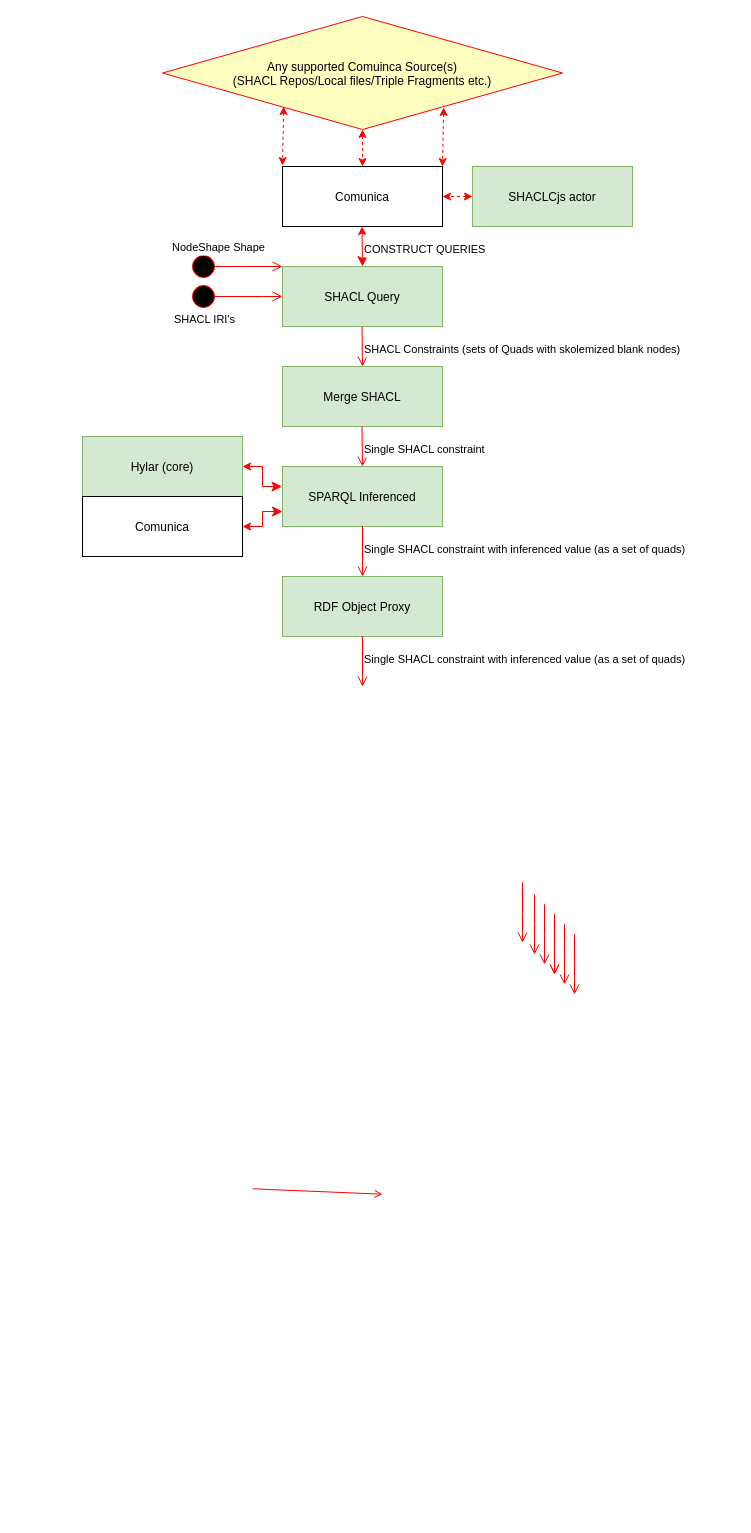
The draw.io diagram img/schimatos-package-structure.drawio in jeswr/schimatos-project, before the edit. Source tidied: cells renumbered, new cells numbered last; positions are measured from the earlier drawing's top-left corner, leaving out a move shared by most shapes. Both pictures are drawn from the tidied source at 100%, with x=0, y=0 at pixel (82, 16).
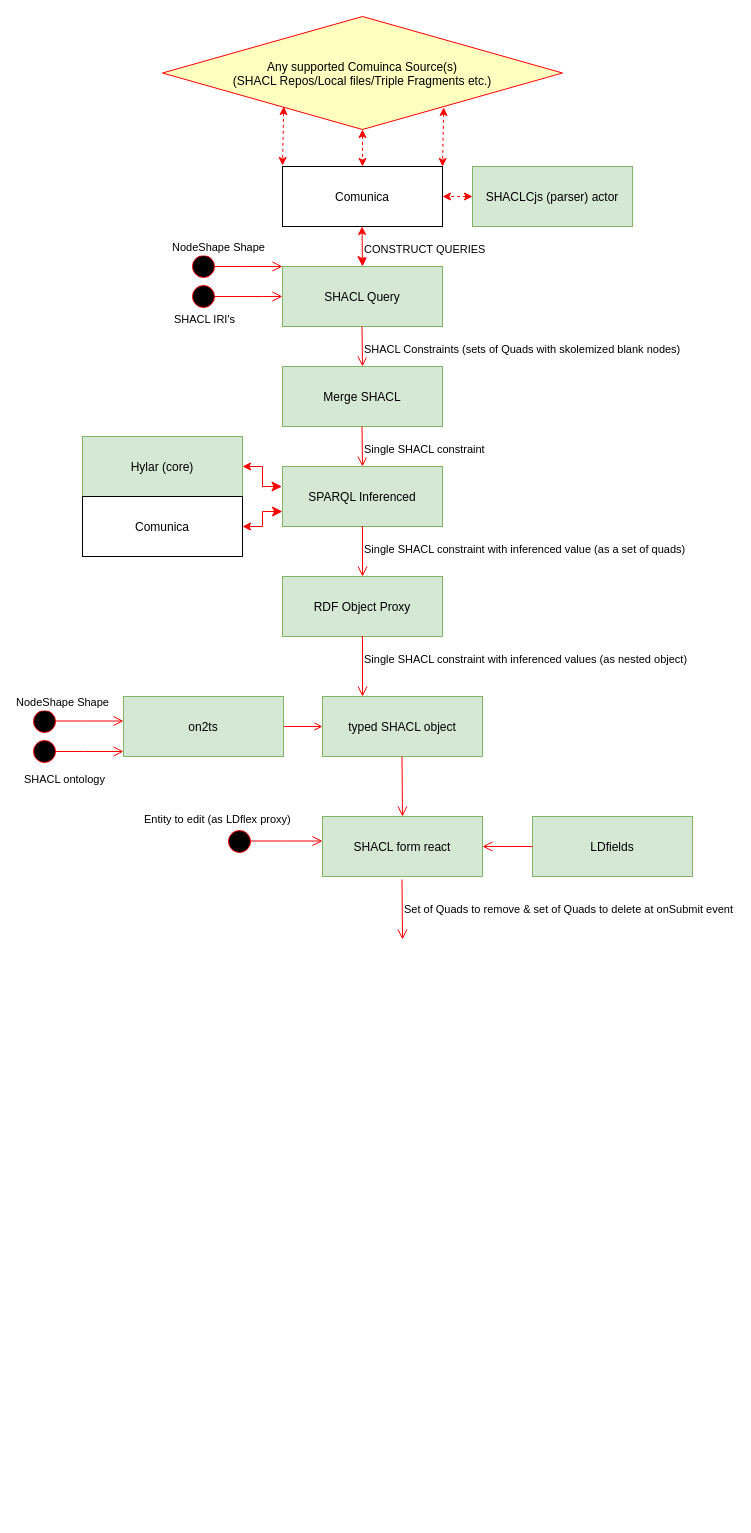
The same diagram, later.

Commit message:
WIP: architecture diagram

Diff of the diagram source:
```diff
@@
-    <mxCell id="2" style="endArrow=open;strokeColor=#FF0000;endFill=1;rounded=0;" parent="1" edge="1">
+    <mxCell id="2" style="endArrow=open;strokeColor=#FF0000;endFill=1;rounded=0;exitX=1;exitY=0.5;exitDx=0;exitDy=0;" parent="1" edge="1" source="34">
       <mxGeometry relative="1" as="geometry">
-        <mxPoint x="170" y="1172.3" as="sourcePoint" />
-        <mxPoint x="300" y="1177.7" as="targetPoint" />
+        <mxPoint x="240" y="710" as="targetPoint" />
       </mxGeometry>
     </mxCell>
@@
-    <mxCell id="9" value="NodeShape Shape" style="edgeStyle=elbowEdgeStyle;elbow=horizontal;align=left;verticalAlign=top;endArrow=open;endSize=8;strokeColor=#FF0000;endFill=1;rounded=0;" parent="1" edge="1">
+    <mxCell id="9" value="NodeShape Shape" style="edgeStyle=elbowEdgeStyle;elbow=horizontal;align=left;verticalAlign=top;endArrow=open;endSize=8;endFill=1;rounded=0;strokeColor=none;" parent="1" edge="1">
       <mxGeometry x="-1" y="-737" relative="1" as="geometry">
         <mxPoint x="440" y="865.8" as="sourcePoint" />
         <mxPoint x="440" y="926" as="targetPoint" />
         <mxPoint x="385" y="-648" as="offset" />
       </mxGeometry>
     </mxCell>
@@
-    <mxCell id="16" value="CONSTRUCT QUERIES" style="edgeStyle=elbowEdgeStyle;elbow=horizontal;align=left;verticalAlign=top;endArrow=open;endSize=8;strokeColor=#FF0000;endFill=1;rounded=0;" parent="1" edge="1">
+    <mxCell id="16" value="CONSTRUCT QUERIES" style="edgeStyle=elbowEdgeStyle;elbow=horizontal;align=left;verticalAlign=top;endArrow=open;endSize=8;endFill=1;rounded=0;strokeColor=none;" parent="1" edge="1">
       <mxGeometry x="-1" y="-680" relative="1" as="geometry">
         <mxPoint x="452" y="877.8" as="sourcePoint" />
         <mxPoint x="452" y="938" as="targetPoint" />
         <mxPoint x="508" y="-658" as="offset" />
       </mxGeometry>
     </mxCell>
-    <mxCell id="17" value="SHACL Constraints (sets of Quads with skolemized blank nodes)" style="edgeStyle=elbowEdgeStyle;elbow=horizontal;align=left;verticalAlign=top;endArrow=open;endSize=8;strokeColor=#FF0000;endFill=1;rounded=0;" parent="1" edge="1">
+    <mxCell id="17" value="SHACL Constraints (sets of Quads with skolemized blank nodes)" style="edgeStyle=elbowEdgeStyle;elbow=horizontal;align=left;verticalAlign=top;endArrow=open;endSize=8;endFill=1;rounded=0;strokeColor=none;" parent="1" edge="1">
       <mxGeometry x="-1" y="-596" relative="1" as="geometry">
         <mxPoint x="462" y="887.8" as="sourcePoint" />
         <mxPoint x="462" y="948" as="targetPoint" />
         <mxPoint x="414" y="-568" as="offset" />
       </mxGeometry>
     </mxCell>
@@
-    <mxCell id="20" value="Single SHACL constraint" style="edgeStyle=elbowEdgeStyle;elbow=horizontal;align=left;verticalAlign=top;endArrow=open;endSize=8;strokeColor=#FF0000;endFill=1;rounded=0;" parent="1" edge="1">
+    <mxCell id="20" value="Single SHACL constraint" style="edgeStyle=elbowEdgeStyle;elbow=horizontal;align=left;verticalAlign=top;endArrow=open;endSize=8;endFill=1;rounded=0;strokeColor=none;" parent="1" edge="1">
       <mxGeometry x="-1" y="-515" relative="1" as="geometry">
         <mxPoint x="472" y="897.8" as="sourcePoint" />
         <mxPoint x="472" y="958" as="targetPoint" />
         <mxPoint x="323" y="-478" as="offset" />
       </mxGeometry>
     </mxCell>
@@
-    <mxCell id="24" value="SHACLCjs actor" style="fillColor=#d5e8d4;strokeColor=#82b366;" parent="1" vertex="1">
+    <mxCell id="24" value="SHACLCjs (parser) actor" style="fillColor=#d5e8d4;strokeColor=#82b366;" parent="1" vertex="1">
       <mxGeometry x="390" y="150" width="160" height="60" as="geometry" />
     </mxCell>
@@
-    <mxCell id="28" value="SHACL IRI's" style="edgeStyle=elbowEdgeStyle;elbow=horizontal;align=left;verticalAlign=top;endArrow=open;endSize=8;strokeColor=#FF0000;endFill=1;rounded=0;" parent="1" edge="1">
+    <mxCell id="28" value="SHACL IRI's" style="edgeStyle=elbowEdgeStyle;elbow=horizontal;align=left;verticalAlign=top;endArrow=open;endSize=8;endFill=1;rounded=0;strokeColor=none;" parent="1" edge="1">
       <mxGeometry x="-1" y="-718" relative="1" as="geometry">
         <mxPoint x="472" y="897.8" as="sourcePoint" />
         <mxPoint x="472" y="958" as="targetPoint" />
         <mxPoint x="336" y="-608" as="offset" />
       </mxGeometry>
     </mxCell>
@@
-    <mxCell id="31" value="Single SHACL constraint with inferenced value (as a set of quads)" style="edgeStyle=elbowEdgeStyle;elbow=horizontal;align=left;verticalAlign=top;endArrow=open;endSize=8;strokeColor=#FF0000;endFill=1;rounded=0;" parent="1" edge="1">
+    <mxCell id="31" value="Single SHACL constraint with inferenced value (as a set of quads)" style="edgeStyle=elbowEdgeStyle;elbow=horizontal;align=left;verticalAlign=top;endArrow=open;endSize=8;endFill=1;rounded=0;strokeColor=none;" parent="1" edge="1">
       <mxGeometry x="-1" y="-437" relative="1" as="geometry">
         <mxPoint x="482" y="907.8" as="sourcePoint" />
         <mxPoint x="482" y="968" as="targetPoint" />
         <mxPoint x="235" y="-388" as="offset" />
       </mxGeometry>
     </mxCell>
-    <mxCell id="32" style="edgeStyle=elbowEdgeStyle;elbow=horizontal;verticalAlign=bottom;endArrow=open;endSize=8;strokeColor=#FF0000;endFill=1;rounded=0;entryX=0.5;entryY=0;entryDx=0;entryDy=0;" parent="1" edge="1">
+    <mxCell id="32" style="edgeStyle=elbowEdgeStyle;elbow=horizontal;verticalAlign=bottom;endArrow=open;endSize=8;strokeColor=#FF0000;endFill=1;rounded=0;entryX=0.25;entryY=0;entryDx=0;entryDy=0;" parent="1" edge="1" target="41">
       <mxGeometry x="259.5" y="-18" as="geometry">
         <mxPoint x="279" y="620" as="sourcePoint" />
-        <mxPoint x="280" y="670" as="targetPoint" />
       </mxGeometry>
     </mxCell>
-    <mxCell id="33" value="Single SHACL constraint with inferenced value (as a set of quads)" style="edgeStyle=elbowEdgeStyle;elbow=horizontal;align=left;verticalAlign=top;endArrow=open;endSize=8;strokeColor=#FF0000;endFill=1;rounded=0;" parent="1" edge="1">
+    <mxCell id="33" value="Single SHACL constraint with inferenced values (as nested object)" style="edgeStyle=elbowEdgeStyle;elbow=horizontal;align=left;verticalAlign=top;endArrow=open;endSize=8;endFill=1;rounded=0;strokeColor=none;" parent="1" edge="1">
       <mxGeometry x="-1" y="-357" relative="1" as="geometry">
         <mxPoint x="492" y="917.8" as="sourcePoint" />
         <mxPoint x="492" y="978" as="targetPoint" />
         <mxPoint x="145" y="-288" as="offset" />
       </mxGeometry>
     </mxCell>
+    <mxCell id="34" value="on2ts" style="fillColor=#d5e8d4;strokeColor=#82b366;" parent="1" vertex="1">
+      <mxGeometry x="41" y="680" width="160" height="60" as="geometry" />
+    </mxCell>
+    <mxCell id="35" style="edgeStyle=elbowEdgeStyle;elbow=horizontal;verticalAlign=bottom;endArrow=open;endSize=8;strokeColor=#FF0000;endFill=1;rounded=0;entryX=0;entryY=0.5;entryDx=0;entryDy=0;" parent="1" edge="1">
+      <mxGeometry x="-18.5" y="46.5" as="geometry">
+        <mxPoint x="-39" y="704.5" as="sourcePoint" />
+        <mxPoint x="41" y="704.5" as="targetPoint" />
+      </mxGeometry>
+    </mxCell>
+    <mxCell id="36" style="ellipse;shape=startState;fillColor=#000000;strokeColor=#ff0000;" parent="1" vertex="1">
+      <mxGeometry x="-53" y="690" width="30" height="30" as="geometry" />
+    </mxCell>
+    <mxCell id="37" value="NodeShape Shape" style="edgeStyle=elbowEdgeStyle;elbow=horizontal;align=left;verticalAlign=top;endArrow=open;endSize=8;endFill=1;rounded=0;strokeColor=none;" parent="1" edge="1">
+      <mxGeometry x="-1" y="-737" relative="1" as="geometry">
+        <mxPoint x="284" y="1320.8" as="sourcePoint" />
+        <mxPoint x="284" y="1381" as="targetPoint" />
+        <mxPoint x="385" y="-648" as="offset" />
+      </mxGeometry>
+    </mxCell>
+    <mxCell id="38" style="edgeStyle=elbowEdgeStyle;elbow=horizontal;verticalAlign=bottom;endArrow=open;endSize=8;strokeColor=#FF0000;endFill=1;rounded=0;entryX=0;entryY=0.5;entryDx=0;entryDy=0;" parent="1" edge="1">
+      <mxGeometry x="-18.5" y="77" as="geometry">
+        <mxPoint x="-39" y="735" as="sourcePoint" />
+        <mxPoint x="41" y="735" as="targetPoint" />
+      </mxGeometry>
+    </mxCell>
+    <mxCell id="39" style="ellipse;shape=startState;fillColor=#000000;strokeColor=#ff0000;" parent="1" vertex="1">
+      <mxGeometry x="-53" y="720" width="30" height="30" as="geometry" />
+    </mxCell>
+    <mxCell id="40" value="SHACL ontology" style="edgeStyle=elbowEdgeStyle;elbow=horizontal;align=left;verticalAlign=top;endArrow=open;endSize=8;endFill=1;rounded=0;strokeColor=none;" parent="1" edge="1">
+      <mxGeometry x="-1" y="-680" relative="1" as="geometry">
+        <mxPoint x="294" y="1330.8" as="sourcePoint" />
+        <mxPoint x="294" y="1391" as="targetPoint" />
+        <mxPoint x="326" y="-581" as="offset" />
+      </mxGeometry>
+    </mxCell>
+    <mxCell id="41" value="typed SHACL object" style="fillColor=#d5e8d4;strokeColor=#82b366;" parent="1" vertex="1">
+      <mxGeometry x="240" y="680" width="160" height="60" as="geometry" />
+    </mxCell>
+    <mxCell id="42" style="edgeStyle=elbowEdgeStyle;elbow=horizontal;verticalAlign=bottom;endArrow=open;endSize=8;strokeColor=#FF0000;endFill=1;rounded=0;entryX=0.25;entryY=0;entryDx=0;entryDy=0;" parent="1" edge="1">
+      <mxGeometry x="300" y="102" as="geometry">
+        <mxPoint x="319.5" y="740" as="sourcePoint" />
+        <mxPoint x="320.5" y="800" as="targetPoint" />
+      </mxGeometry>
+    </mxCell>
+    <mxCell id="43" value="SHACL form react" style="fillColor=#d5e8d4;strokeColor=#82b366;" parent="1" vertex="1">
+      <mxGeometry x="240" y="800" width="160" height="60" as="geometry" />
+    </mxCell>
+    <mxCell id="44" style="edgeStyle=elbowEdgeStyle;elbow=horizontal;verticalAlign=bottom;endArrow=open;endSize=8;strokeColor=#FF0000;endFill=1;rounded=0;entryX=0;entryY=0.5;entryDx=0;entryDy=0;" parent="1" edge="1">
+      <mxGeometry x="180.5" y="166.5" as="geometry">
+        <mxPoint x="160" y="824.5" as="sourcePoint" />
+        <mxPoint x="240" y="824.5" as="targetPoint" />
+      </mxGeometry>
+    </mxCell>
+    <mxCell id="45" style="ellipse;shape=startState;fillColor=#000000;strokeColor=#ff0000;" parent="1" vertex="1">
+      <mxGeometry x="142" y="810" width="30" height="30" as="geometry" />
+    </mxCell>
+    <mxCell id="46" value="Entity to edit (as LDflex proxy)" style="edgeStyle=elbowEdgeStyle;elbow=horizontal;align=left;verticalAlign=top;endArrow=open;endSize=8;endFill=1;rounded=0;strokeColor=none;" parent="1" edge="1">
+      <mxGeometry x="-1" y="-774" relative="1" as="geometry">
+        <mxPoint x="479" y="1440.8" as="sourcePoint" />
+        <mxPoint x="479" y="1501" as="targetPoint" />
+        <mxPoint x="355" y="-651" as="offset" />
+      </mxGeometry>
+    </mxCell>
+    <mxCell id="47" value="LDfields" style="fillColor=#d5e8d4;strokeColor=#82b366;" parent="1" vertex="1">
+      <mxGeometry x="450" y="800" width="160" height="60" as="geometry" />
+    </mxCell>
+    <mxCell id="48" style="edgeStyle=elbowEdgeStyle;elbow=horizontal;verticalAlign=bottom;endArrow=open;endSize=8;strokeColor=#FF0000;endFill=1;rounded=0;entryX=1;entryY=0.5;entryDx=0;entryDy=0;exitX=0;exitY=0.5;exitDx=0;exitDy=0;" parent="1" edge="1" source="47" target="43">
+      <mxGeometry x="190.5" y="176.5" as="geometry" />
+    </mxCell>
+    <mxCell id="49" style="edgeStyle=elbowEdgeStyle;elbow=horizontal;verticalAlign=bottom;endArrow=open;endSize=8;strokeColor=#FF0000;endFill=1;rounded=0;entryX=0.25;entryY=0;entryDx=0;entryDy=0;" parent="1" edge="1">
+      <mxGeometry x="300" y="225" as="geometry">
+        <mxPoint x="319.5" y="863" as="sourcePoint" />
+        <mxPoint x="320.5" y="923" as="targetPoint" />
+      </mxGeometry>
+    </mxCell>
+    <mxCell id="50" value="Set of Quads to remove &amp; set of Quads to delete at onSubmit event" style="edgeStyle=elbowEdgeStyle;elbow=horizontal;align=left;verticalAlign=top;endArrow=open;endSize=8;endFill=1;rounded=0;strokeColor=none;" parent="1" edge="1">
+      <mxGeometry x="-1" y="-188" relative="1" as="geometry">
+        <mxPoint x="502" y="927.8" as="sourcePoint" />
+        <mxPoint x="502" y="988" as="targetPoint" />
+        <mxPoint x="6" y="-48" as="offset" />
+      </mxGeometry>
+    </mxCell>
```
